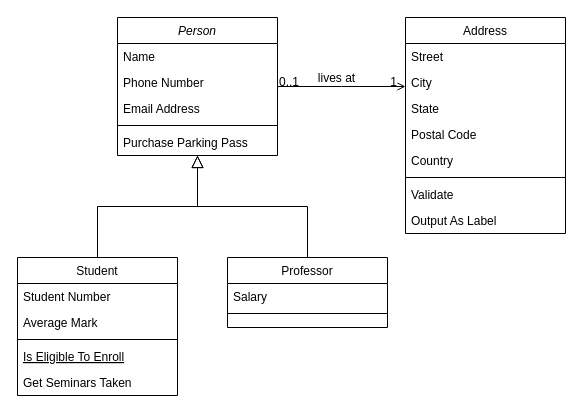
melissaoliveiras/emercado-mo keeps this draw.io diagram as e-mercado.drawio. Above is the earlier version. Source tidied: cells renumbered, new cells numbered last; positions are measured from the earlier drawing's top-left corner, leaving out a move shared by most shapes. Both pictures are drawn from the tidied source at 100%, with x=0, y=0 at pixel (17, 17).
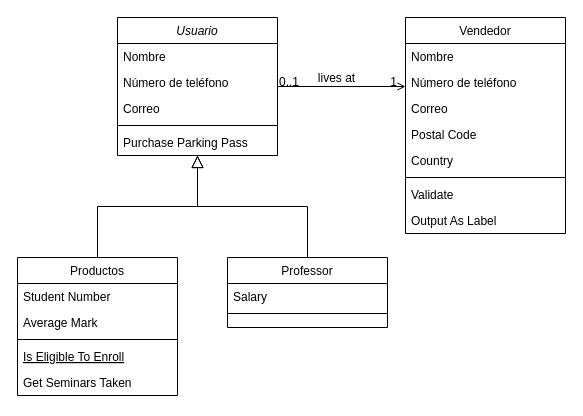
After the change.

Diff of the diagram source:
```diff
@@
-    <mxCell id="2" value="Person" style="swimlane;fontStyle=2;align=center;verticalAlign=top;horizontal=1;startSize=26;rounded=0;shadow=0;strokeWidth=1;" parent="1" vertex="1">
+    <mxCell id="2" value="Usuario" style="swimlane;fontStyle=2;align=center;verticalAlign=top;horizontal=1;startSize=26;rounded=0;shadow=0;strokeWidth=1;" parent="1" vertex="1">
       <mxGeometry x="100" width="160" height="138" as="geometry" />
     </mxCell>
-    <mxCell id="3" value="Name" style="text;align=left;verticalAlign=top;spacingLeft=4;spacingRight=4;overflow=hidden;" parent="2" vertex="1">
+    <mxCell id="3" value="Nombre" style="text;align=left;verticalAlign=top;spacingLeft=4;spacingRight=4;overflow=hidden;" parent="2" vertex="1">
       <mxGeometry y="26" width="160" height="26" as="geometry" />
     </mxCell>
-    <mxCell id="4" value="Phone Number" style="text;align=left;verticalAlign=top;spacingLeft=4;spacingRight=4;overflow=hidden;rounded=0;shadow=0;html=0;" parent="2" vertex="1">
+    <mxCell id="4" value="Número de teléfono" style="text;align=left;verticalAlign=top;spacingLeft=4;spacingRight=4;overflow=hidden;rounded=0;shadow=0;html=0;" parent="2" vertex="1">
       <mxGeometry y="52" width="160" height="26" as="geometry" />
     </mxCell>
-    <mxCell id="5" value="Email Address" style="text;align=left;verticalAlign=top;spacingLeft=4;spacingRight=4;overflow=hidden;rounded=0;shadow=0;html=0;" parent="2" vertex="1">
+    <mxCell id="5" value="Correo" style="text;align=left;verticalAlign=top;spacingLeft=4;spacingRight=4;overflow=hidden;rounded=0;shadow=0;html=0;" parent="2" vertex="1">
       <mxGeometry y="78" width="160" height="26" as="geometry" />
     </mxCell>
@@
-    <mxCell id="8" value="Student" style="swimlane;fontStyle=0;align=center;verticalAlign=top;horizontal=1;startSize=26;rounded=0;shadow=0;strokeWidth=1;" parent="1" vertex="1">
+    <mxCell id="8" value="Productos" style="swimlane;fontStyle=0;align=center;verticalAlign=top;horizontal=1;startSize=26;rounded=0;shadow=0;strokeWidth=1;" parent="1" vertex="1">
       <mxGeometry y="240" width="160" height="138" as="geometry" />
     </mxCell>
@@
-    <mxCell id="19" value="Address" style="swimlane;fontStyle=0;align=center;verticalAlign=top;horizontal=1;startSize=26;rounded=0;shadow=0;strokeWidth=1;" parent="1" vertex="1">
+    <mxCell id="19" value="Vendedor" style="swimlane;fontStyle=0;align=center;verticalAlign=top;horizontal=1;startSize=26;rounded=0;shadow=0;strokeWidth=1;" parent="1" vertex="1">
       <mxGeometry x="388" width="160" height="216" as="geometry" />
     </mxCell>
-    <mxCell id="20" value="Street" style="text;align=left;verticalAlign=top;spacingLeft=4;spacingRight=4;overflow=hidden;" parent="19" vertex="1">
+    <mxCell id="20" value="Nombre" style="text;align=left;verticalAlign=top;spacingLeft=4;spacingRight=4;overflow=hidden;" parent="19" vertex="1">
       <mxGeometry y="26" width="160" height="26" as="geometry" />
     </mxCell>
-    <mxCell id="21" value="City" style="text;align=left;verticalAlign=top;spacingLeft=4;spacingRight=4;overflow=hidden;rounded=0;shadow=0;html=0;" parent="19" vertex="1">
+    <mxCell id="21" value="Número de teléfono" style="text;align=left;verticalAlign=top;spacingLeft=4;spacingRight=4;overflow=hidden;rounded=0;shadow=0;html=0;" parent="19" vertex="1">
       <mxGeometry y="52" width="160" height="26" as="geometry" />
     </mxCell>
-    <mxCell id="22" value="State" style="text;align=left;verticalAlign=top;spacingLeft=4;spacingRight=4;overflow=hidden;rounded=0;shadow=0;html=0;" parent="19" vertex="1">
+    <mxCell id="22" value="Correo" style="text;align=left;verticalAlign=top;spacingLeft=4;spacingRight=4;overflow=hidden;rounded=0;shadow=0;html=0;" parent="19" vertex="1">
       <mxGeometry y="78" width="160" height="26" as="geometry" />
     </mxCell>
```
